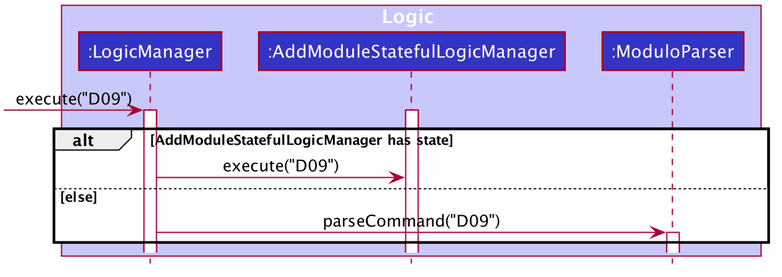
Above: docs/images/AddModuleHasStateSequenceDiagram.png in zhuhanming/main (PlantUML), before the change.
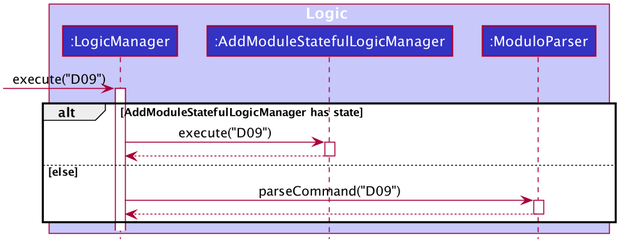
Later version of the same file.

Diff of the diagram source:
```diff
@@ -56,12 +56,17 @@
 
 [-> LogicManager : execute("D09")
 activate LogicManager
-activate AddModuleStatefulLogicManager
 alt AddModuleStatefulLogicManager has state
 LogicManager -> AddModuleStatefulLogicManager : execute("D09")
+activate AddModuleStatefulLogicManager
+
+AddModuleStatefulLogicManager --> LogicManager
+deactivate AddModuleStatefulLogicManager
 
 else else
 LogicManager -> ModuloParser : parseCommand("D09")
 activate ModuloParser
+ModuloParser --> LogicManager
+deactivate ModuloParser
 end
 @enduml
```
